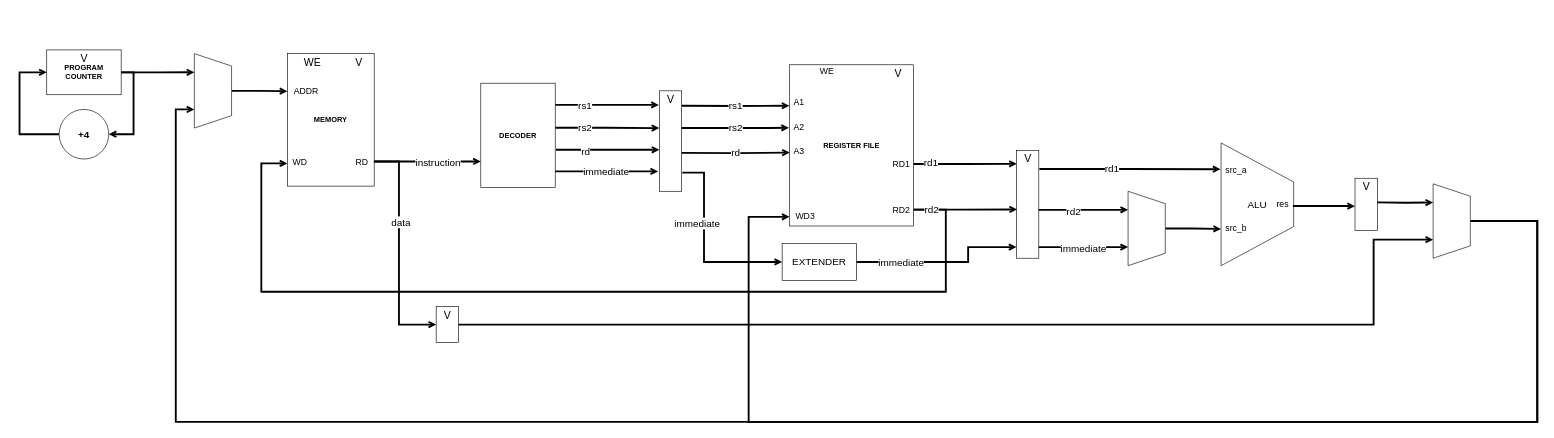
Earlier version of the draw.io diagram page "multicycle" (2 of 2) of doc/architecture.drawio (T-Szymk/FRiscV). Source tidied: cells renumbered, new cells numbered last; positions are measured from the earlier drawing's top-left corner, leaving out a move shared by most shapes. Both pictures are drawn from the tidied source at 62%, with x=0, y=0 at pixel (19, 50).
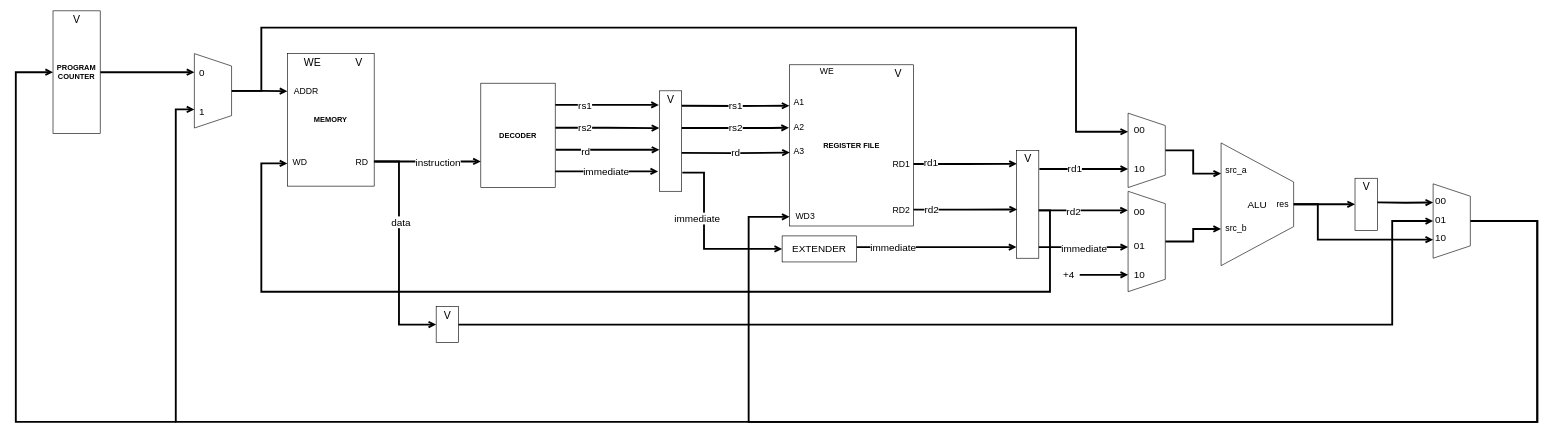
The same diagram, later.

Unchanged cells that the change refers to:
```xml
<mxCell id="6" value="WD" style="text;html=1;align=center;verticalAlign=middle;points=[];strokeColor=none;fillColor=none;fontSize=14;" parent="3" vertex="1">
  <mxGeometry y="165.3" width="40" height="20.2" as="geometry" />
</mxCell>
<mxCell id="28" value="RD2" style="text;html=1;align=center;verticalAlign=middle;points=[];strokeColor=none;fillColor=none;fontSize=14;" parent="22" vertex="1">
  <mxGeometry x="160" y="223.7" width="40" height="20" as="geometry" />
</mxCell>
<mxCell id="35" value="ALU" style="shape=trapezoid;perimeter=trapezoidPerimeter;whiteSpace=wrap;html=1;fixedSize=1;fontSize=16;direction=south;size=63;align=center;" parent="1" vertex="1">
  <mxGeometry x="1938" y="150" width="117" height="198" as="geometry" />
</mxCell>
<mxCell id="36" value="src_a" style="text;html=1;align=center;verticalAlign=middle;points=[];strokeColor=none;fillColor=none;fontSize=14;" parent="1" vertex="1">
  <mxGeometry x="1938" y="182" width="48" height="24" as="geometry" />
</mxCell>
<mxCell id="39" value="res" style="text;html=1;align=center;verticalAlign=middle;points=[];strokeColor=none;fillColor=none;fontSize=14;" parent="1" vertex="1">
  <mxGeometry x="2019" y="237" width="36" height="24" as="geometry" />
</mxCell>
<mxCell id="43" style="rounded=0;whiteSpace=wrap;html=1;fontSize=11;" parent="42" vertex="1">
  <mxGeometry width="36" height="174" as="geometry" />
</mxCell>
<mxCell id="64" style="shape=trapezoid;perimeter=trapezoidPerimeter;whiteSpace=wrap;html=1;fixedSize=1;fontSize=16;direction=south;" parent="1" vertex="1">
  <mxGeometry x="282" y="6" width="60" height="120" as="geometry" />
</mxCell>
<mxCell id="71" style="rounded=0;whiteSpace=wrap;html=1;fontSize=11;" parent="70" vertex="1">
  <mxGeometry width="36" height="84" as="geometry" />
</mxCell>
<mxCell id="75" style="rounded=0;whiteSpace=wrap;html=1;fontSize=11;" parent="74" vertex="1">
  <mxGeometry width="36" height="58" as="geometry" />
</mxCell>
<mxCell id="79" style="shape=trapezoid;perimeter=trapezoidPerimeter;whiteSpace=wrap;html=1;fixedSize=1;fontSize=16;direction=south;" parent="1" vertex="1">
  <mxGeometry x="2280" y="216" width="60" height="120" as="geometry" />
</mxCell>
```

Diff of the diagram source:
```diff
@@
-    <mxCell id="2" style="edgeStyle=orthogonalEdgeStyle;rounded=0;jettySize=auto;html=1;entryX=0;entryY=0.581;entryDx=0;entryDy=0;entryPerimeter=0;fontSize=16;endArrow=open;endFill=0;strokeWidth=3;" parent="1" edge="1" source="28" target="6">
+    <mxCell id="2" style="edgeStyle=orthogonalEdgeStyle;rounded=0;jettySize=auto;html=1;entryX=0;entryY=0.581;entryDx=0;entryDy=0;entryPerimeter=0;fontSize=16;endArrow=open;endFill=0;strokeWidth=3;exitX=0.972;exitY=0.557;exitDx=0;exitDy=0;exitPerimeter=0;" parent="1" edge="1" source="43" target="6">
       <mxGeometry relative="1" as="geometry">
         <Array as="points">
-          <mxPoint x="1494" y="258" />
-          <mxPoint x="1494" y="390" />
+          <mxPoint x="1662" y="259" />
+          <mxPoint x="1662" y="390" />
           <mxPoint x="390" y="390" />
           <mxPoint x="390" y="183" />
         </Array>
       </mxGeometry>
     </mxCell>
@@
+    <mxCell id="81" style="edgeStyle=orthogonalEdgeStyle;rounded=0;jettySize=auto;html=1;entryX=0.75;entryY=1;entryDx=0;entryDy=0;endArrow=open;endFill=0;strokeWidth=3;" parent="1" edge="1" source="35" target="79">
+      <mxGeometry relative="1" as="geometry">
+        <Array as="points">
+          <mxPoint x="2094" y="249" />
+          <mxPoint x="2094" y="306" />
+        </Array>
+      </mxGeometry>
+    </mxCell>
@@
-    <mxCell id="38" style="edgeStyle=orthogonalEdgeStyle;rounded=0;jettySize=auto;html=1;fontSize=16;endArrow=open;endFill=0;strokeWidth=3;exitX=0.969;exitY=0.616;exitDx=0;exitDy=0;exitPerimeter=0;" parent="1" edge="1" source="39">
-      <mxGeometry relative="1" as="geometry">
-        <mxPoint x="2154" y="252" as="targetPoint" />
-        <Array as="points">
-          <mxPoint x="2142" y="252" />
-          <mxPoint x="2142" y="252" />
-        </Array>
-      </mxGeometry>
+    <mxCell id="38" style="edgeStyle=orthogonalEdgeStyle;rounded=0;jettySize=auto;html=1;fontSize=16;endArrow=open;endFill=0;strokeWidth=3;exitX=0.5;exitY=0;exitDx=0;exitDy=0;entryX=0;entryY=0.5;entryDx=0;entryDy=0;" parent="1" edge="1" source="35" target="71">
+      <mxGeometry relative="1" as="geometry" />
     </mxCell>
@@
     <mxCell id="47" style="edgeStyle=orthogonalEdgeStyle;rounded=0;jettySize=auto;html=1;entryX=0;entryY=0.5;entryDx=0;entryDy=0;fontSize=16;endArrow=open;endFill=0;strokeWidth=3;" parent="1" edge="1" target="69">
       <mxGeometry relative="1" as="geometry">
         <mxPoint x="1069" y="198" as="sourcePoint" />
         <Array as="points">
           <mxPoint x="1104" y="198" />
-          <mxPoint x="1104" y="342" />
+          <mxPoint x="1104" y="321" />
         </Array>
       </mxGeometry>
     </mxCell>
@@
-    <mxCell id="49" style="edgeStyle=orthogonalEdgeStyle;rounded=0;jettySize=auto;html=1;exitX=1.026;exitY=0.173;exitDx=0;exitDy=0;entryX=-0.02;entryY=0.437;entryDx=0;entryDy=0;entryPerimeter=0;fontSize=16;endArrow=open;endFill=0;strokeWidth=3;exitPerimeter=0;" parent="1" edge="1" source="43" target="36">
+    <mxCell id="49" style="edgeStyle=orthogonalEdgeStyle;rounded=0;jettySize=auto;html=1;exitX=1.026;exitY=0.173;exitDx=0;exitDy=0;entryX=0.75;entryY=1;entryDx=0;entryDy=0;fontSize=16;endArrow=open;endFill=0;strokeWidth=3;exitPerimeter=0;" parent="1" edge="1" source="43" target="86">
       <mxGeometry relative="1" as="geometry" />
     </mxCell>
@@
-    <mxCell id="51" style="edgeStyle=orthogonalEdgeStyle;rounded=0;jettySize=auto;html=1;fontSize=16;endArrow=open;endFill=0;strokeWidth=3;entryX=0.75;entryY=1;entryDx=0;entryDy=0;exitX=1;exitY=0.897;exitDx=0;exitDy=0;exitPerimeter=0;" parent="1" edge="1" source="43" target="66">
+    <mxCell id="51" style="edgeStyle=orthogonalEdgeStyle;rounded=0;jettySize=auto;html=1;fontSize=16;endArrow=open;endFill=0;strokeWidth=3;exitX=1;exitY=0.897;exitDx=0;exitDy=0;exitPerimeter=0;entryX=0.556;entryY=1;entryDx=0;entryDy=0;entryPerimeter=0;" parent="1" edge="1" source="43" target="66">
       <mxGeometry relative="1" as="geometry" />
     </mxCell>
@@
-    <mxCell id="53" style="edgeStyle=orthogonalEdgeStyle;rounded=0;jettySize=auto;html=1;fontSize=16;endArrow=open;endFill=0;strokeWidth=3;entryX=0.25;entryY=1;entryDx=0;entryDy=0;exitX=0.998;exitY=0.556;exitDx=0;exitDy=0;exitPerimeter=0;" parent="1" edge="1" source="43" target="66">
+    <mxCell id="53" style="edgeStyle=orthogonalEdgeStyle;rounded=0;jettySize=auto;html=1;fontSize=16;endArrow=open;endFill=0;strokeWidth=3;exitX=0.998;exitY=0.556;exitDx=0;exitDy=0;exitPerimeter=0;entryX=0.19;entryY=1.005;entryDx=0;entryDy=0;entryPerimeter=0;" parent="1" edge="1" source="43" target="66">
       <mxGeometry relative="1" as="geometry">
         <Array as="points">
-          <mxPoint x="1788" y="258" />
+          <mxPoint x="1788" y="259" />
         </Array>
       </mxGeometry>
     </mxCell>
@@
-    <mxCell id="57" style="edgeStyle=orthogonalEdgeStyle;rounded=0;jettySize=auto;html=1;exitX=1;exitY=0.5;exitDx=0;exitDy=0;entryX=1;entryY=0.5;entryDx=0;entryDy=0;fontSize=16;endArrow=open;endFill=0;strokeWidth=3;" parent="1" edge="1" source="59" target="61">
-      <mxGeometry relative="1" as="geometry" />
-    </mxCell>
@@
+    <mxCell id="82" style="edgeStyle=orthogonalEdgeStyle;rounded=0;jettySize=auto;html=1;exitX=0;exitY=0.5;exitDx=0;exitDy=0;endArrow=open;endFill=0;strokeWidth=3;entryX=0;entryY=0.5;entryDx=0;entryDy=0;" parent="1" edge="1" target="59">
+      <mxGeometry relative="1" as="geometry">
+        <mxPoint x="252" y="600" as="sourcePoint" />
+        <Array as="points">
+          <mxPoint x="-6" y="600" />
+          <mxPoint x="-6" y="36" />
+        </Array>
+      </mxGeometry>
+    </mxCell>
     <mxCell id="59" value="PROGRAM COUNTER" style="rounded=0;whiteSpace=wrap;html=1;fontSize=12;fontStyle=1;" parent="1" vertex="1">
-      <mxGeometry x="43.9" width="120" height="72.3" as="geometry" />
+      <mxGeometry x="54" y="-63" width="76.1" height="198" as="geometry" />
     </mxCell>
-    <mxCell id="60" style="edgeStyle=orthogonalEdgeStyle;rounded=0;jettySize=auto;html=1;exitX=0;exitY=0.5;exitDx=0;exitDy=0;entryX=0;entryY=0.5;entryDx=0;entryDy=0;fontSize=16;endArrow=open;endFill=0;strokeWidth=3;" parent="1" edge="1" source="61" target="59">
-      <mxGeometry relative="1" as="geometry">
-        <Array as="points">
-          <mxPoint y="136" />
-          <mxPoint y="36" />
-        </Array>
-      </mxGeometry>
-    </mxCell>
-    <mxCell id="61" value="+4" style="ellipse;whiteSpace=wrap;html=1;fontSize=16;fontStyle=1;" parent="1" vertex="1">
-      <mxGeometry x="63.9" y="96" width="80" height="80" as="geometry" />
-    </mxCell>
     <mxCell id="62" value="V" style="text;html=1;align=center;verticalAlign=middle;strokeColor=none;fillColor=none;fontSize=17;" parent="1" vertex="1">
-      <mxGeometry x="88.9" width="30" height="30.3" as="geometry" />
+      <mxGeometry x="77" y="-63" width="30" height="30.3" as="geometry" />
     </mxCell>
@@
+    <mxCell id="83" style="edgeStyle=orthogonalEdgeStyle;rounded=0;jettySize=auto;html=1;exitX=0.5;exitY=0;exitDx=0;exitDy=0;entryX=0.25;entryY=1;entryDx=0;entryDy=0;endArrow=open;endFill=0;strokeWidth=3;" parent="1" edge="1" source="64" target="86">
+      <mxGeometry relative="1" as="geometry">
+        <Array as="points">
+          <mxPoint x="390" y="66" />
+          <mxPoint x="390" y="-36" />
+          <mxPoint x="1704" y="-36" />
+          <mxPoint x="1704" y="132" />
+        </Array>
+      </mxGeometry>
+    </mxCell>
@@
     <mxCell id="66" style="shape=trapezoid;perimeter=trapezoidPerimeter;whiteSpace=wrap;html=1;fixedSize=1;fontSize=16;direction=south;" parent="1" vertex="1">
-      <mxGeometry x="1788" y="228" width="60" height="120" as="geometry" />
+      <mxGeometry x="1788" y="228" width="60" height="162" as="geometry" />
     </mxCell>
-    <mxCell id="67" style="edgeStyle=orthogonalEdgeStyle;rounded=0;jettySize=auto;html=1;exitX=1;exitY=0.5;exitDx=0;exitDy=0;entryX=-0.001;entryY=0.897;entryDx=0;entryDy=0;entryPerimeter=0;fontSize=16;endArrow=open;endFill=0;strokeWidth=3;" parent="1" edge="1" source="69" target="43">
+    <mxCell id="67" style="edgeStyle=orthogonalEdgeStyle;rounded=0;jettySize=auto;html=1;entryX=-0.001;entryY=0.897;entryDx=0;entryDy=0;entryPerimeter=0;fontSize=16;endArrow=open;endFill=0;strokeWidth=3;exitX=1.002;exitY=0.432;exitDx=0;exitDy=0;exitPerimeter=0;" parent="1" edge="1" source="69" target="43">
       <mxGeometry relative="1" as="geometry">
         <Array as="points">
-          <mxPoint x="1530" y="342" />
-          <mxPoint x="1530" y="318" />
+          <mxPoint x="1362" y="318" />
+          <mxPoint x="1362" y="318" />
         </Array>
       </mxGeometry>
     </mxCell>
@@
     <mxCell id="69" value="EXTENDER" style="rounded=0;whiteSpace=wrap;html=1;fontSize=16;" parent="1" vertex="1">
-      <mxGeometry x="1230" y="312" width="120" height="60" as="geometry" />
+      <mxGeometry x="1230" y="300" width="120" height="42" as="geometry" />
     </mxCell>
@@
-    <mxCell id="80" style="edgeStyle=orthogonalEdgeStyle;rounded=0;jettySize=auto;html=1;exitX=1;exitY=0.5;exitDx=0;exitDy=0;entryX=0.75;entryY=1;entryDx=0;entryDy=0;fontSize=16;endArrow=open;endFill=0;strokeWidth=3;" parent="1" edge="1" source="75" target="79">
+    <mxCell id="80" style="edgeStyle=orthogonalEdgeStyle;rounded=0;jettySize=auto;html=1;exitX=1;exitY=0.5;exitDx=0;exitDy=0;entryX=0.5;entryY=1;entryDx=0;entryDy=0;fontSize=16;endArrow=open;endFill=0;strokeWidth=3;" parent="1" edge="1" source="75" target="79">
       <mxGeometry relative="1" as="geometry">
         <Array as="points">
-          <mxPoint x="2184" y="443" />
-          <mxPoint x="2184" y="306" />
+          <mxPoint x="2214" y="443" />
+          <mxPoint x="2214" y="276" />
         </Array>
       </mxGeometry>
     </mxCell>
+    <mxCell id="84" style="edgeStyle=orthogonalEdgeStyle;rounded=0;orthogonalLoop=1;jettySize=auto;html=1;fontSize=16;endArrow=open;endFill=0;strokeWidth=3;entryX=0.556;entryY=1;entryDx=0;entryDy=0;entryPerimeter=0;" parent="1" edge="1">
+      <mxGeometry relative="1" as="geometry">
+        <mxPoint x="1710" y="362.8" as="sourcePoint" />
+        <mxPoint x="1788" y="362.8" as="targetPoint" />
+      </mxGeometry>
+    </mxCell>
+    <mxCell id="61" value="+4" style="edgeLabel;html=1;align=center;verticalAlign=middle;points=[];fontSize=16;" parent="84" vertex="1">
+      <mxGeometry x="0.14" y="-1" relative="1" as="geometry">
+        <mxPoint x="-63" y="-1" as="offset" />
+      </mxGeometry>
+    </mxCell>
+    <mxCell id="85" style="edgeStyle=orthogonalEdgeStyle;rounded=0;jettySize=auto;html=1;exitX=0.5;exitY=0;exitDx=0;exitDy=0;entryX=0.25;entryY=1;entryDx=0;entryDy=0;strokeWidth=3;endArrow=open;endFill=0;" parent="1" edge="1" source="86" target="35">
+      <mxGeometry relative="1" as="geometry" />
+    </mxCell>
+    <mxCell id="86" style="shape=trapezoid;perimeter=trapezoidPerimeter;whiteSpace=wrap;html=1;fixedSize=1;fontSize=16;direction=south;" parent="1" vertex="1">
+      <mxGeometry x="1788" y="102" width="60" height="120" as="geometry" />
+    </mxCell>
+    <mxCell id="87" value="0" style="text;html=1;align=center;verticalAlign=middle;fontSize=16;" parent="1" vertex="1">
+      <mxGeometry x="282" y="21" width="24" height="30" as="geometry" />
+    </mxCell>
+    <mxCell id="88" value="1" style="text;html=1;align=center;verticalAlign=middle;fontSize=16;" parent="1" vertex="1">
+      <mxGeometry x="282" y="84" width="24" height="30" as="geometry" />
+    </mxCell>
+    <mxCell id="89" value="00" style="text;html=1;align=center;verticalAlign=middle;fontSize=16;" parent="1" vertex="1">
+      <mxGeometry x="1788" y="114" width="36" height="30" as="geometry" />
+    </mxCell>
+    <mxCell id="90" value="10" style="text;html=1;align=center;verticalAlign=middle;fontSize=16;" parent="1" vertex="1">
+      <mxGeometry x="1788" y="176" width="36" height="30" as="geometry" />
+    </mxCell>
+    <mxCell id="91" value="00" style="text;html=1;align=center;verticalAlign=middle;fontSize=16;" parent="1" vertex="1">
+      <mxGeometry x="1788" y="246" width="36" height="30" as="geometry" />
+    </mxCell>
+    <mxCell id="92" value="01" style="text;html=1;align=center;verticalAlign=middle;fontSize=16;" parent="1" vertex="1">
+      <mxGeometry x="1788" y="300" width="36" height="30" as="geometry" />
+    </mxCell>
+    <mxCell id="93" value="10" style="text;html=1;align=center;verticalAlign=middle;fontSize=16;" parent="1" vertex="1">
+      <mxGeometry x="1788" y="348" width="36" height="30" as="geometry" />
+    </mxCell>
+    <mxCell id="94" value="00" style="text;html=1;align=center;verticalAlign=middle;fontSize=16;" parent="1" vertex="1">
+      <mxGeometry x="2274" y="228" width="36" height="30" as="geometry" />
+    </mxCell>
+    <mxCell id="95" value="01" style="text;html=1;align=center;verticalAlign=middle;fontSize=16;" parent="1" vertex="1">
+      <mxGeometry x="2274" y="258" width="36" height="30" as="geometry" />
+    </mxCell>
+    <mxCell id="96" value="10" style="text;html=1;align=center;verticalAlign=middle;fontSize=16;" parent="1" vertex="1">
+      <mxGeometry x="2274" y="288" width="36" height="30" as="geometry" />
+    </mxCell>
```
